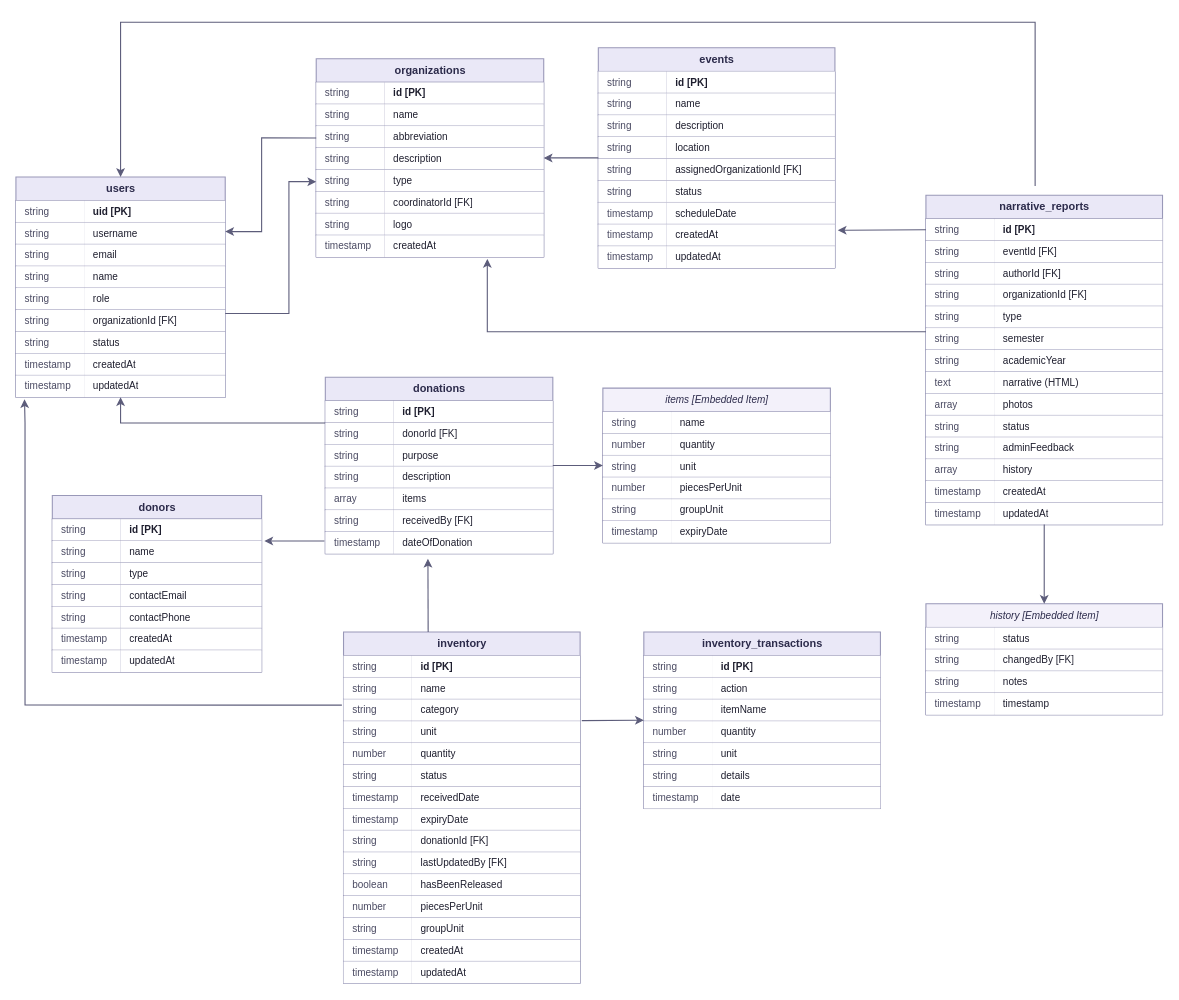
Earlier version of the draw.io diagram drawio/nosql_data_model.drawio (BenidictJustin/DESKTOP-APP). Source tidied: cells renumbered, new cells numbered last; positions are measured from the earlier drawing's top-left corner, leaving out a move shared by most shapes. Both pictures are drawn from the tidied source at 91%, with x=0, y=0 at pixel (15, 22).
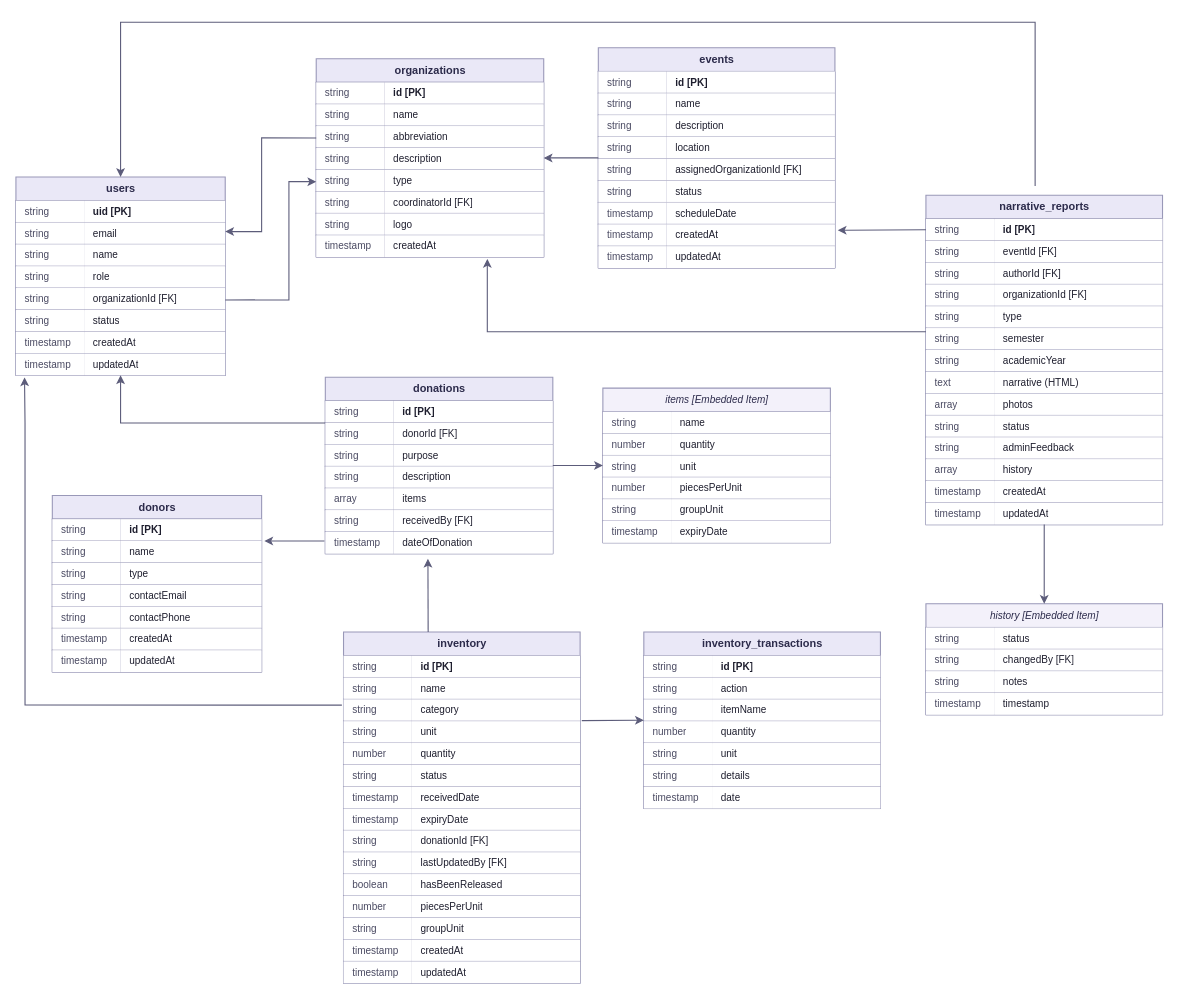
After the change.

Commit message (it also covers changes not shown here):
feat(print): enhance document viewer print/export, add DocxUploadModal and data dictionary

Unchanged cells that the change refers to:
```xml
<mxCell id="30" value="organizations" style="shape=table;startSize=26;childLayout=tableLayout;rowLines=1;fontStyle=1;align=center;html=1;strokeColor=#9998B8;fillColor=#EAE8F7;strokeWidth=1.2;fontSize=12;fontColor=#2C2B4B;fontFamily=Helvetica, Arial, sans-serif;" parent="1" vertex="1">
  <mxGeometry x="330" y="40" width="250" height="218" as="geometry" />
</mxCell>
```

Change to the diagram source:
```diff
@@
     <mxCell id="2" value="users" style="shape=table;startSize=26;childLayout=tableLayout;rowLines=1;fontStyle=1;align=center;html=1;strokeColor=#9998B8;fillColor=#EAE8F7;strokeWidth=1.2;fontSize=12;fontColor=#2C2B4B;fontFamily=Helvetica, Arial, sans-serif;" parent="1" vertex="1">
-      <mxGeometry y="170" width="230" height="242" as="geometry" />
+      <mxGeometry y="170" width="230" height="218" as="geometry" />
     </mxCell>
@@
-    <mxCell id="6" style="shape=tableRow;horizontal=0;startSize=0;swimlaneHead=0;bubbleStyle=none;fillColor=none;strokeColor=inherit;strokeWidth=1;" parent="2" vertex="1">
-      <mxGeometry y="50" width="230" height="24" as="geometry" />
-    </mxCell>
-    <mxCell id="7" value="string" style="shape=partialRectangle;html=1;whiteSpace=wrap;fillColor=#FFFFFF;top=0;left=0;bottom=0;right=0;overflow=hidden;align=left;spacingLeft=8;fontSize=11;fontColor=#4A4A62;strokeColor=#9998B8;" parent="6" vertex="1">
-      <mxGeometry width="75" height="24" as="geometry" />
-    </mxCell>
-    <mxCell id="8" value="username" style="shape=partialRectangle;html=1;whiteSpace=wrap;fillColor=#FFFFFF;top=0;left=0;bottom=0;right=0;overflow=hidden;align=left;spacingLeft=8;fontSize=11;fontColor=#1E1E2E;strokeColor=#9998B8;" parent="6" vertex="1">
-      <mxGeometry x="75" width="155" height="24" as="geometry" />
-    </mxCell>
     <mxCell id="9" style="shape=tableRow;horizontal=0;startSize=0;swimlaneHead=0;bubbleStyle=none;fillColor=none;strokeColor=inherit;strokeWidth=1;" parent="2" vertex="1">
-      <mxGeometry y="74" width="230" height="24" as="geometry" />
+      <mxGeometry y="50" width="230" height="24" as="geometry" />
     </mxCell>
@@
     <mxCell id="12" style="shape=tableRow;horizontal=0;startSize=0;swimlaneHead=0;bubbleStyle=none;fillColor=none;strokeColor=inherit;strokeWidth=1;" parent="2" vertex="1">
-      <mxGeometry y="98" width="230" height="24" as="geometry" />
+      <mxGeometry y="74" width="230" height="24" as="geometry" />
     </mxCell>
@@
     <mxCell id="15" style="shape=tableRow;horizontal=0;startSize=0;swimlaneHead=0;bubbleStyle=none;fillColor=none;strokeColor=inherit;strokeWidth=1;" parent="2" vertex="1">
-      <mxGeometry y="122" width="230" height="24" as="geometry" />
+      <mxGeometry y="98" width="230" height="24" as="geometry" />
     </mxCell>
@@
     <mxCell id="18" style="shape=tableRow;horizontal=0;startSize=0;swimlaneHead=0;bubbleStyle=none;fillColor=none;strokeColor=inherit;strokeWidth=1;" parent="2" vertex="1">
-      <mxGeometry y="146" width="230" height="24" as="geometry" />
+      <mxGeometry y="122" width="230" height="24" as="geometry" />
     </mxCell>
@@
     <mxCell id="21" style="shape=tableRow;horizontal=0;startSize=0;swimlaneHead=0;bubbleStyle=none;fillColor=none;strokeColor=inherit;strokeWidth=1;" parent="2" vertex="1">
-      <mxGeometry y="170" width="230" height="24" as="geometry" />
+      <mxGeometry y="146" width="230" height="24" as="geometry" />
     </mxCell>
@@
     <mxCell id="24" style="shape=tableRow;horizontal=0;startSize=0;swimlaneHead=0;bubbleStyle=none;fillColor=none;strokeColor=inherit;strokeWidth=1;" parent="2" vertex="1">
-      <mxGeometry y="194" width="230" height="24" as="geometry" />
+      <mxGeometry y="170" width="230" height="24" as="geometry" />
     </mxCell>
@@
     <mxCell id="27" style="shape=tableRow;horizontal=0;startSize=0;swimlaneHead=0;bubbleStyle=none;fillColor=none;points=[[0,0.5],[1,0.5]];portConstraint=eastwest;strokeColor=inherit;strokeWidth=1;" parent="2" vertex="1">
-      <mxGeometry y="218" width="230" height="24" as="geometry" />
+      <mxGeometry y="194" width="230" height="24" as="geometry" />
     </mxCell>
@@
     <mxCell id="270" style="endArrow=classic;html=1;strokeWidth=1.2;strokeColor=#5C5C7A;rounded=0;endFill=1;fontSize=10;fontColor=#4A4A62;exitX=1;exitY=0.62;exitDx=0;exitDy=0;entryX=0;entryY=0.62;entryDx=0;entryDy=0;" parent="1" edge="1" source="2" target="30">
       <mxGeometry relative="1" as="geometry">
         <Array as="points">
-          <mxPoint x="300" y="320" />
+          <mxPoint x="300" y="305" />
           <mxPoint x="300" y="175" />
         </Array>
       </mxGeometry>
     </mxCell>
```
